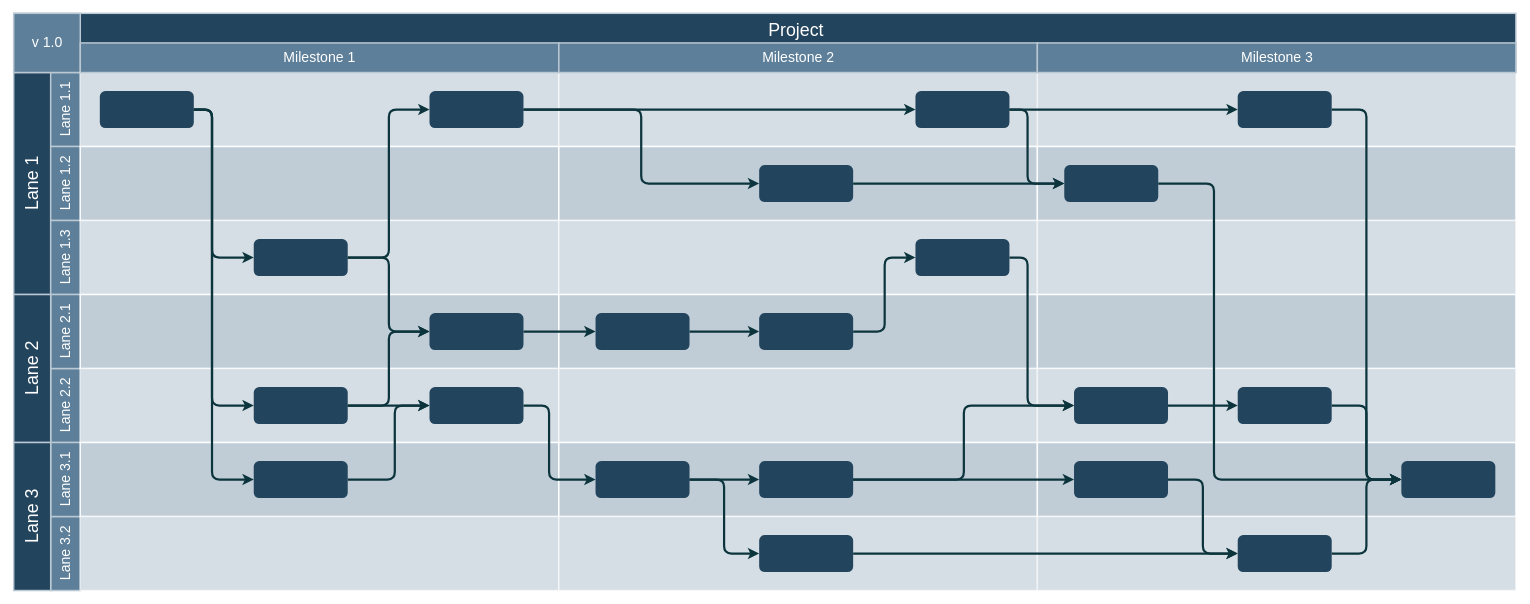
Above: Untitled Diagram.drawio in Student2Pro/vnncomp2021 (draw.io), before the change. Source tidied: cells renumbered, new cells numbered last; positions are measured from the earlier drawing's top-left corner, leaving out a move shared by most shapes. Both pictures are drawn from the tidied source at 74%, with x=0, y=0 at pixel (13, 13).
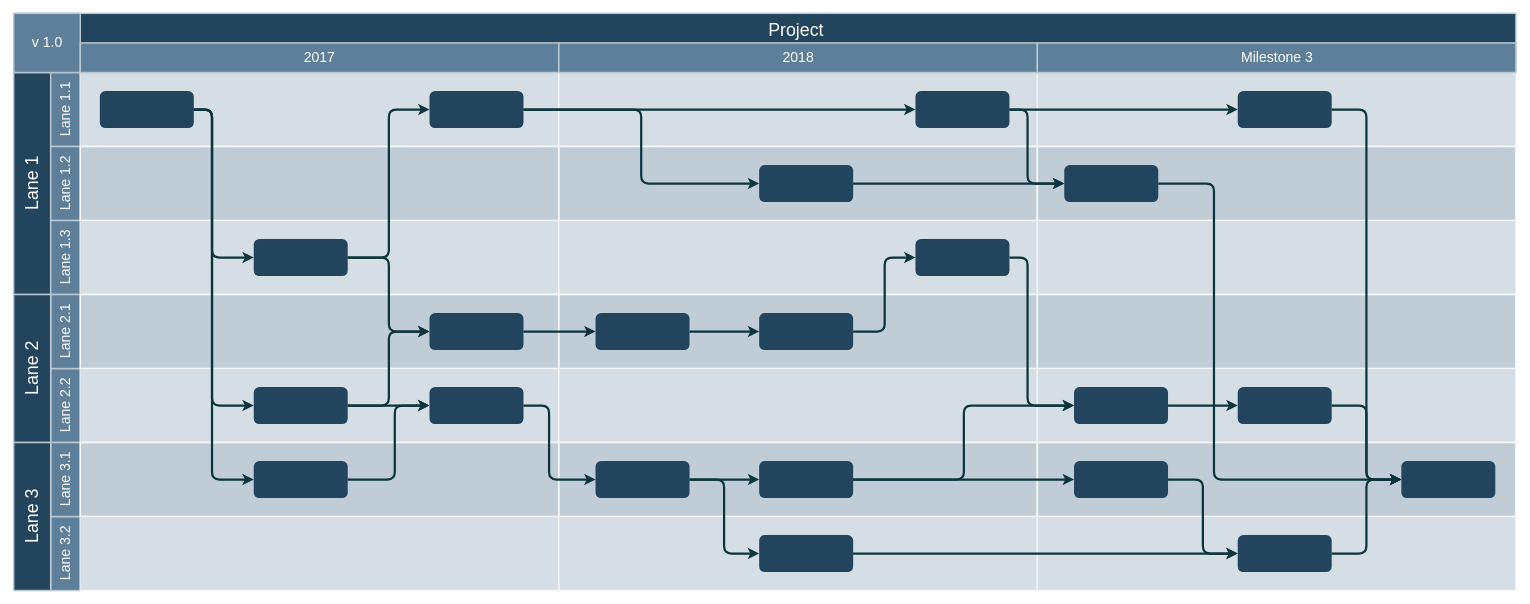
The same page after the edit.

Unchanged cells that the change refers to:
```xml
<mxCell id="86" style="group;" parent="1" vertex="1">
  <mxGeometry x="90" y="40.5" width="646.7" height="40" as="geometry" />
</mxCell>
```

Diff of the diagram source:
```diff
@@
-    <mxCell id="87" value="Milestone 1" style="strokeColor=#BAC8D3;fillColor=#5d7f99;fontSize=19;strokeWidth=2;fontFamily=Helvetica;html=1;labelBackgroundColor=none;fontColor=#FFFFFF;" parent="86" vertex="1">
+    <mxCell id="87" value="2017" style="strokeColor=#BAC8D3;fillColor=#5d7f99;fontSize=19;strokeWidth=2;fontFamily=Helvetica;html=1;labelBackgroundColor=none;fontColor=#FFFFFF;" parent="86" vertex="1">
       <mxGeometry width="646.7" height="40" as="geometry" />
     </mxCell>
-    <mxCell id="88" value="Milestone 2" style="strokeColor=#BAC8D3;fillColor=#5d7f99;fontSize=19;strokeWidth=2;fontFamily=Helvetica;html=1;labelBackgroundColor=none;fontColor=#FFFFFF;" parent="86" vertex="1">
+    <mxCell id="88" value="2018" style="strokeColor=#BAC8D3;fillColor=#5d7f99;fontSize=19;strokeWidth=2;fontFamily=Helvetica;html=1;labelBackgroundColor=none;fontColor=#FFFFFF;" parent="86" vertex="1">
       <mxGeometry x="646.7" width="646.7" height="40" as="geometry" />
     </mxCell>
```
